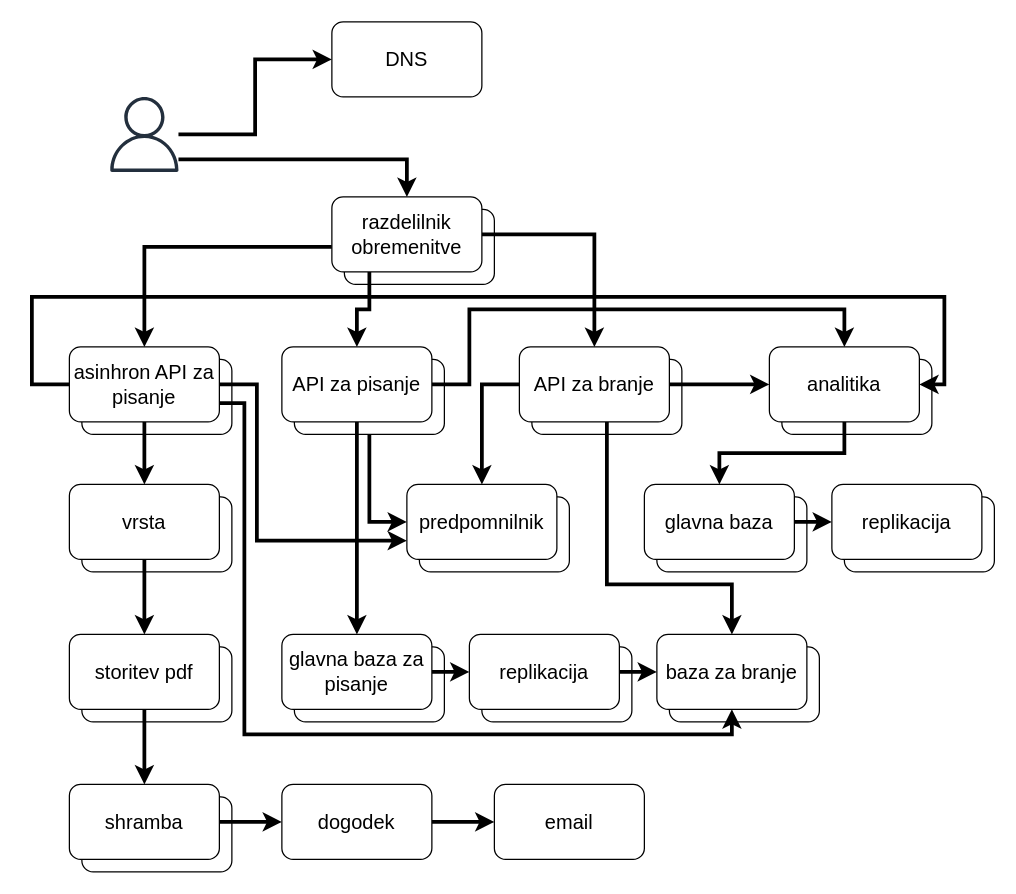
Earlier version of the draw.io diagram documents/improved-infrastructure.drawio (david-slatinek/kf34). Source tidied: cells renumbered, new cells numbered last; positions are measured from the earlier drawing's top-left corner, leaving out a move shared by most shapes. Both pictures are drawn from the tidied source at 125%, with x=0, y=0 at pixel (31, 21).
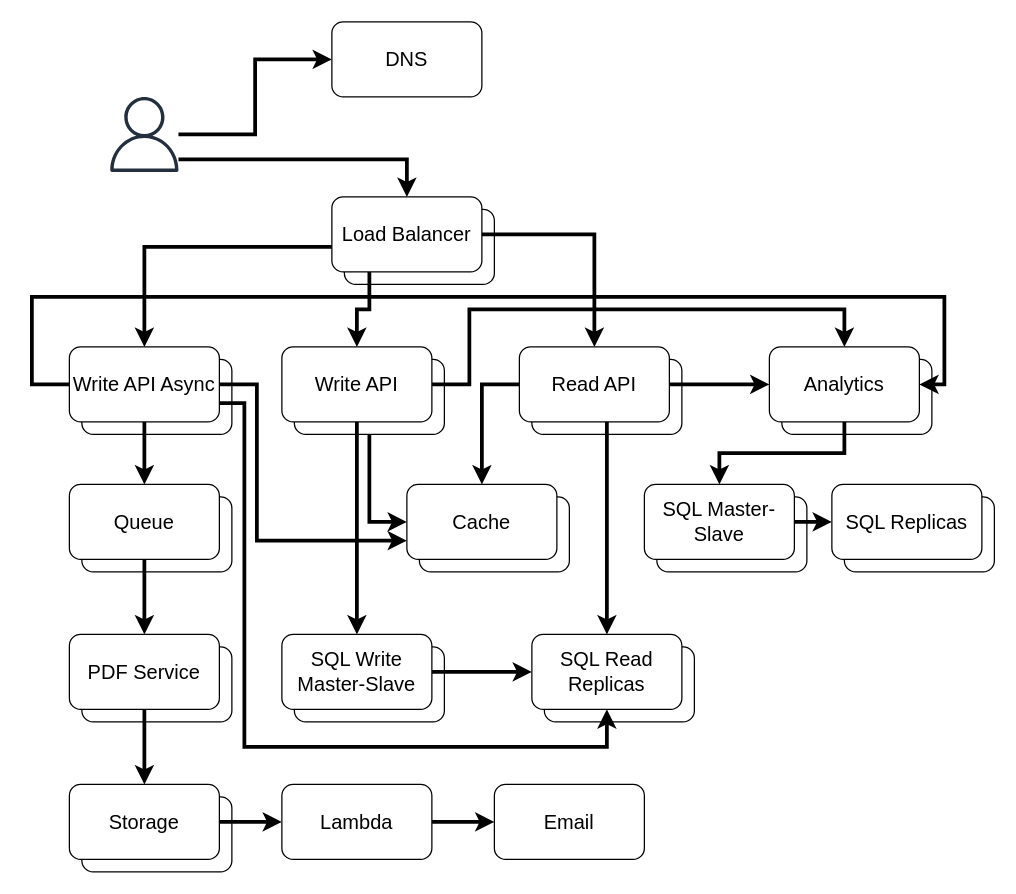
The same diagram, later.

Commit message (it also covers changes not shown here):
Update improved-infrastructure

What changed in the source:
```diff
@@
     <mxCell id="4" style="rounded=1;whiteSpace=wrap;html=1;fontSize=16;" parent="1" vertex="1">
-      <mxGeometry x="510" y="500" width="120" height="60" as="geometry" />
+      <mxGeometry x="410" y="500" width="120" height="60" as="geometry" />
     </mxCell>
-    <mxCell id="5" style="rounded=1;whiteSpace=wrap;html=1;fontSize=16;" parent="1" vertex="1">
-      <mxGeometry x="360" y="500" width="120" height="60" as="geometry" />
-    </mxCell>
@@
-    <mxCell id="18" value="razdelilnik obremenitve" style="rounded=1;whiteSpace=wrap;html=1;fontSize=16;" parent="1" vertex="1">
+    <mxCell id="18" value="Load Balancer" style="rounded=1;whiteSpace=wrap;html=1;fontSize=16;" parent="1" vertex="1">
       <mxGeometry x="240" y="140" width="120" height="60" as="geometry" />
     </mxCell>
@@
-    <mxCell id="26" value="API za pisanje" style="rounded=1;whiteSpace=wrap;html=1;fontSize=16;" parent="1" vertex="1">
+    <mxCell id="26" value="Write API" style="rounded=1;whiteSpace=wrap;html=1;fontSize=16;" parent="1" vertex="1">
       <mxGeometry x="200" y="260" width="120" height="60" as="geometry" />
     </mxCell>
@@
     <mxCell id="28" style="edgeStyle=orthogonalEdgeStyle;rounded=0;jettySize=auto;html=1;entryX=0.5;entryY=0;entryDx=0;entryDy=0;fontSize=16;strokeWidth=3;" parent="1" edge="1" source="31" target="54">
       <mxGeometry relative="1" as="geometry">
         <Array as="points">
-          <mxPoint x="460" y="450" />
-          <mxPoint x="560" y="450" />
+          <mxPoint x="460" y="470" />
+          <mxPoint x="460" y="470" />
         </Array>
       </mxGeometry>
     </mxCell>
@@
-    <mxCell id="31" value="API za branje" style="rounded=1;whiteSpace=wrap;html=1;fontSize=16;" parent="1" vertex="1">
+    <mxCell id="31" value="Read API" style="rounded=1;whiteSpace=wrap;html=1;fontSize=16;" parent="1" vertex="1">
       <mxGeometry x="390" y="260" width="120" height="60" as="geometry" />
     </mxCell>
@@
     <mxCell id="35" style="edgeStyle=orthogonalEdgeStyle;rounded=0;jettySize=auto;html=1;exitX=1;exitY=0.75;exitDx=0;exitDy=0;entryX=0.5;entryY=1;entryDx=0;entryDy=0;fontSize=16;strokeWidth=3;" parent="1" edge="1" source="36" target="54">
       <mxGeometry relative="1" as="geometry">
         <Array as="points">
           <mxPoint x="170" y="305" />
-          <mxPoint x="170" y="570" />
-          <mxPoint x="560" y="570" />
+          <mxPoint x="170" y="580" />
+          <mxPoint x="460" y="580" />
         </Array>
       </mxGeometry>
     </mxCell>
-    <mxCell id="36" value="asinhron API za pisanje" style="rounded=1;whiteSpace=wrap;html=1;fontSize=16;" parent="1" vertex="1">
+    <mxCell id="36" value="Write API Async" style="rounded=1;whiteSpace=wrap;html=1;fontSize=16;" parent="1" vertex="1">
       <mxGeometry x="30" y="260" width="120" height="60" as="geometry" />
     </mxCell>
@@
-    <mxCell id="38" value="vrsta" style="rounded=1;whiteSpace=wrap;html=1;fontSize=16;" parent="1" vertex="1">
+    <mxCell id="38" value="Queue" style="rounded=1;whiteSpace=wrap;html=1;fontSize=16;" parent="1" vertex="1">
       <mxGeometry x="30" y="370" width="120" height="60" as="geometry" />
     </mxCell>
@@
-    <mxCell id="40" value="storitev pdf" style="rounded=1;whiteSpace=wrap;html=1;fontSize=16;" parent="1" vertex="1">
+    <mxCell id="40" value="PDF Service" style="rounded=1;whiteSpace=wrap;html=1;fontSize=16;" parent="1" vertex="1">
       <mxGeometry x="30" y="490" width="120" height="60" as="geometry" />
     </mxCell>
@@
-    <mxCell id="42" value="shramba" style="rounded=1;whiteSpace=wrap;html=1;fontSize=16;" parent="1" vertex="1">
+    <mxCell id="42" value="Storage" style="rounded=1;whiteSpace=wrap;html=1;fontSize=16;" parent="1" vertex="1">
       <mxGeometry x="30" y="610" width="120" height="60" as="geometry" />
     </mxCell>
@@
-    <mxCell id="44" value="dogodek" style="rounded=1;whiteSpace=wrap;html=1;fontSize=16;" parent="1" vertex="1">
+    <mxCell id="44" value="Lambda" style="rounded=1;whiteSpace=wrap;html=1;fontSize=16;" parent="1" vertex="1">
       <mxGeometry x="200" y="610" width="120" height="60" as="geometry" />
     </mxCell>
-    <mxCell id="45" value="email" style="rounded=1;whiteSpace=wrap;html=1;fontSize=16;" parent="1" vertex="1">
+    <mxCell id="45" value="Email" style="rounded=1;whiteSpace=wrap;html=1;fontSize=16;" parent="1" vertex="1">
       <mxGeometry x="370" y="610" width="120" height="60" as="geometry" />
     </mxCell>
-    <mxCell id="46" value="predpomnilnik" style="rounded=1;whiteSpace=wrap;html=1;fontSize=16;" parent="1" vertex="1">
+    <mxCell id="46" value="Cache" style="rounded=1;whiteSpace=wrap;html=1;fontSize=16;" parent="1" vertex="1">
       <mxGeometry x="300" y="370" width="120" height="60" as="geometry" />
     </mxCell>
@@
-    <mxCell id="48" value="analitika" style="rounded=1;whiteSpace=wrap;html=1;fontSize=16;" parent="1" vertex="1">
+    <mxCell id="48" value="Analytics" style="rounded=1;whiteSpace=wrap;html=1;fontSize=16;" parent="1" vertex="1">
       <mxGeometry x="590" y="260" width="120" height="60" as="geometry" />
     </mxCell>
@@
-    <mxCell id="50" value="glavna baza" style="rounded=1;whiteSpace=wrap;html=1;fontSize=16;" parent="1" vertex="1">
+    <mxCell id="50" value="SQL Master-Slave" style="rounded=1;whiteSpace=wrap;html=1;fontSize=16;" parent="1" vertex="1">
       <mxGeometry x="490" y="370" width="120" height="60" as="geometry" />
     </mxCell>
-    <mxCell id="51" value="replikacija" style="rounded=1;whiteSpace=wrap;html=1;fontSize=16;" parent="1" vertex="1">
+    <mxCell id="51" value="SQL Replicas" style="rounded=1;whiteSpace=wrap;html=1;fontSize=16;" parent="1" vertex="1">
       <mxGeometry x="640" y="370" width="120" height="60" as="geometry" />
     </mxCell>
-    <mxCell id="52" style="edgeStyle=orthogonalEdgeStyle;rounded=0;jettySize=auto;html=1;entryX=0;entryY=0.5;entryDx=0;entryDy=0;fontSize=16;strokeWidth=3;" parent="1" edge="1" source="53" target="56">
+    <mxCell id="52" style="edgeStyle=orthogonalEdgeStyle;rounded=0;jettySize=auto;html=1;entryX=0;entryY=0.5;entryDx=0;entryDy=0;fontSize=16;strokeWidth=3;" parent="1" edge="1" source="53" target="54">
       <mxGeometry relative="1" as="geometry" />
     </mxCell>
-    <mxCell id="53" value="glavna baza za pisanje" style="rounded=1;whiteSpace=wrap;html=1;fontSize=16;" parent="1" vertex="1">
+    <mxCell id="53" value="SQL Write Master-Slave" style="rounded=1;whiteSpace=wrap;html=1;fontSize=16;" parent="1" vertex="1">
       <mxGeometry x="200" y="490" width="120" height="60" as="geometry" />
     </mxCell>
-    <mxCell id="54" value="baza za branje" style="rounded=1;whiteSpace=wrap;html=1;fontSize=16;" parent="1" vertex="1">
-      <mxGeometry x="500" y="490" width="120" height="60" as="geometry" />
+    <mxCell id="54" value="SQL Read Replicas" style="rounded=1;whiteSpace=wrap;html=1;fontSize=16;" parent="1" vertex="1">
+      <mxGeometry x="400" y="490" width="120" height="60" as="geometry" />
     </mxCell>
-    <mxCell id="55" style="edgeStyle=orthogonalEdgeStyle;rounded=0;jettySize=auto;html=1;entryX=0;entryY=0.5;entryDx=0;entryDy=0;fontSize=16;strokeWidth=3;" parent="1" edge="1" source="56" target="54">
-      <mxGeometry relative="1" as="geometry" />
-    </mxCell>
-    <mxCell id="56" value="replikacija" style="rounded=1;whiteSpace=wrap;html=1;fontSize=16;" parent="1" vertex="1">
-      <mxGeometry x="350" y="490" width="120" height="60" as="geometry" />
-    </mxCell>
```
